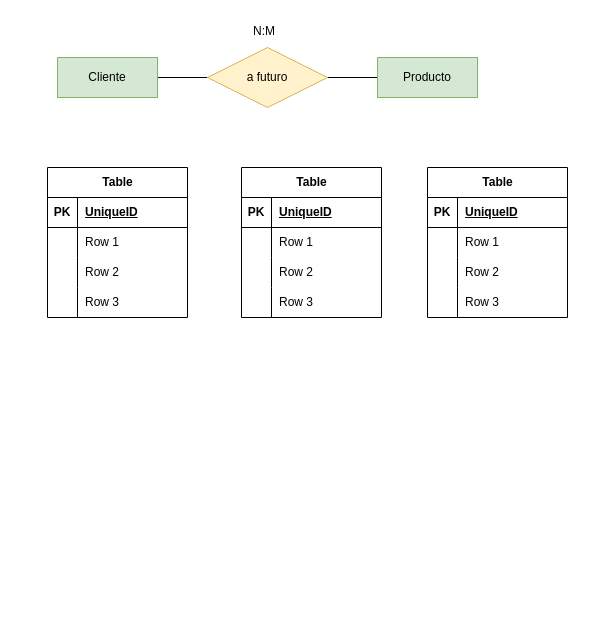
Earlier version of the draw.io diagram Unidad-1/Tareas/Tarea-empresa/empresa.drawio (jdrguez/2-Daw). Source tidied: cells renumbered, new cells numbered last; positions are measured from the earlier drawing's top-left corner, leaving out a move shared by most shapes. Both pictures are drawn from the tidied source at 100%, with x=0, y=0 at pixel (47, 17).
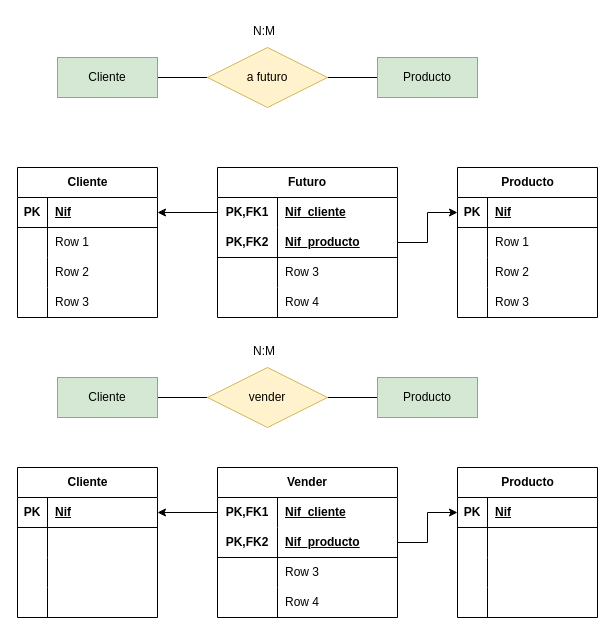
After the change.

Unchanged cells that the change refers to:
```xml
<mxCell id="8" style="shape=tableRow;horizontal=0;startSize=0;swimlaneHead=0;swimlaneBody=0;fillColor=none;points=[[0,0.5],[1,0.5]];portConstraint=eastwest;top=0;left=0;right=0;bottom=1;" parent="7" vertex="1">
  <mxGeometry y="30" width="140" height="30" as="geometry" />
</mxCell>
<mxCell id="34" style="shape=tableRow;horizontal=0;startSize=0;swimlaneHead=0;swimlaneBody=0;fillColor=none;points=[[0,0.5],[1,0.5]];portConstraint=eastwest;top=0;left=0;right=0;bottom=1;" parent="33" vertex="1">
  <mxGeometry y="30" width="140" height="30" as="geometry" />
</mxCell>
```

Diff of the diagram source:
```diff
@@
-    <mxCell id="7" value="Table" style="shape=table;startSize=30;childLayout=tableLayout;rowLines=0;fontStyle=1;align=center;html=1;" parent="1" vertex="1">
-      <mxGeometry y="150" width="140" height="150" as="geometry" />
+    <mxCell id="7" value="Cliente" style="shape=table;startSize=30;childLayout=tableLayout;rowLines=0;fontStyle=1;align=center;html=1;" parent="1" vertex="1">
+      <mxGeometry x="-30" y="150" width="140" height="150" as="geometry" />
     </mxCell>
@@
-    <mxCell id="10" value="UniqueID" style="shape=partialRectangle;fillColor=none;top=0;left=0;bottom=0;right=0;align=left;spacingLeft=6;fontStyle=5;overflow=hidden;whiteSpace=wrap;html=1;" parent="8" vertex="1">
+    <mxCell id="10" value="Nif" style="shape=partialRectangle;fillColor=none;top=0;left=0;bottom=0;right=0;align=left;spacingLeft=6;fontStyle=5;overflow=hidden;whiteSpace=wrap;html=1;" parent="8" vertex="1">
       <mxGeometry x="30" width="110" height="30" as="geometry" />
     </mxCell>
@@
-    <mxCell id="20" value="Table" style="shape=table;startSize=30;childLayout=tableLayout;rowLines=0;fontStyle=1;align=center;html=1;" parent="1" vertex="1">
-      <mxGeometry x="194" y="150" width="140" height="150" as="geometry" />
-    </mxCell>
-    <mxCell id="21" style="shape=tableRow;horizontal=0;startSize=0;swimlaneHead=0;swimlaneBody=0;fillColor=none;top=0;left=0;right=0;bottom=1;" parent="20" vertex="1">
-      <mxGeometry y="30" width="140" height="30" as="geometry" />
-    </mxCell>
-    <mxCell id="22" value="PK" style="shape=partialRectangle;fillColor=none;top=0;left=0;bottom=0;right=0;fontStyle=1;overflow=hidden;whiteSpace=wrap;html=1;" parent="21" vertex="1">
-      <mxGeometry width="30" height="30" as="geometry" />
-    </mxCell>
-    <mxCell id="23" value="UniqueID" style="shape=partialRectangle;fillColor=none;top=0;left=0;bottom=0;right=0;align=left;spacingLeft=6;fontStyle=5;overflow=hidden;whiteSpace=wrap;html=1;" parent="21" vertex="1">
-      <mxGeometry x="30" width="110" height="30" as="geometry" />
-    </mxCell>
-    <mxCell id="24" style="shape=tableRow;horizontal=0;startSize=0;swimlaneHead=0;swimlaneBody=0;fillColor=none;top=0;left=0;right=0;bottom=0;" parent="20" vertex="1">
-      <mxGeometry y="60" width="140" height="30" as="geometry" />
-    </mxCell>
-    <mxCell id="25" style="shape=partialRectangle;fillColor=none;top=0;left=0;bottom=0;right=0;overflow=hidden;whiteSpace=wrap;html=1;" parent="24" vertex="1">
-      <mxGeometry width="30" height="30" as="geometry" />
-    </mxCell>
-    <mxCell id="26" value="Row 1" style="shape=partialRectangle;fillColor=none;top=0;left=0;bottom=0;right=0;align=left;spacingLeft=6;overflow=hidden;whiteSpace=wrap;html=1;" parent="24" vertex="1">
-      <mxGeometry x="30" width="110" height="30" as="geometry" />
-    </mxCell>
-    <mxCell id="27" style="shape=tableRow;horizontal=0;startSize=0;swimlaneHead=0;swimlaneBody=0;fillColor=none;top=0;left=0;right=0;bottom=0;" parent="20" vertex="1">
-      <mxGeometry y="90" width="140" height="30" as="geometry" />
-    </mxCell>
-    <mxCell id="28" style="shape=partialRectangle;fillColor=none;top=0;left=0;bottom=0;right=0;overflow=hidden;whiteSpace=wrap;html=1;" parent="27" vertex="1">
-      <mxGeometry width="30" height="30" as="geometry" />
-    </mxCell>
-    <mxCell id="29" value="Row 2" style="shape=partialRectangle;fillColor=none;top=0;left=0;bottom=0;right=0;align=left;spacingLeft=6;overflow=hidden;whiteSpace=wrap;html=1;" parent="27" vertex="1">
-      <mxGeometry x="30" width="110" height="30" as="geometry" />
-    </mxCell>
-    <mxCell id="30" style="shape=tableRow;horizontal=0;startSize=0;swimlaneHead=0;swimlaneBody=0;fillColor=none;top=0;left=0;right=0;bottom=0;" parent="20" vertex="1">
-      <mxGeometry y="120" width="140" height="30" as="geometry" />
-    </mxCell>
-    <mxCell id="31" style="shape=partialRectangle;fillColor=none;top=0;left=0;bottom=0;right=0;overflow=hidden;whiteSpace=wrap;html=1;" parent="30" vertex="1">
-      <mxGeometry width="30" height="30" as="geometry" />
-    </mxCell>
-    <mxCell id="32" value="Row 3" style="shape=partialRectangle;fillColor=none;top=0;left=0;bottom=0;right=0;align=left;spacingLeft=6;overflow=hidden;whiteSpace=wrap;html=1;" parent="30" vertex="1">
-      <mxGeometry x="30" width="110" height="30" as="geometry" />
-    </mxCell>
-    <mxCell id="33" value="Table" style="shape=table;startSize=30;childLayout=tableLayout;rowLines=0;fontStyle=1;align=center;html=1;" parent="1" vertex="1">
-      <mxGeometry x="380" y="150" width="140" height="150" as="geometry" />
+    <mxCell id="33" value="Producto" style="shape=table;startSize=30;childLayout=tableLayout;rowLines=0;fontStyle=1;align=center;html=1;" parent="1" vertex="1">
+      <mxGeometry x="410" y="150" width="140" height="150" as="geometry" />
     </mxCell>
@@
-    <mxCell id="36" value="UniqueID" style="shape=partialRectangle;fillColor=none;top=0;left=0;bottom=0;right=0;align=left;spacingLeft=6;fontStyle=5;overflow=hidden;whiteSpace=wrap;html=1;" parent="34" vertex="1">
+    <mxCell id="36" value="Nif" style="shape=partialRectangle;fillColor=none;top=0;left=0;bottom=0;right=0;align=left;spacingLeft=6;fontStyle=5;overflow=hidden;whiteSpace=wrap;html=1;" parent="34" vertex="1">
       <mxGeometry x="30" width="110" height="30" as="geometry" />
     </mxCell>
@@
+    <mxCell id="47" value="Futuro" style="shape=table;startSize=30;childLayout=tableLayout;rowLines=0;fontStyle=1;align=center;html=1;whiteSpace=wrap;" parent="1" vertex="1">
+      <mxGeometry x="170" y="150" width="180" height="150" as="geometry" />
+    </mxCell>
+    <mxCell id="48" style="shape=tableRow;horizontal=0;startSize=0;swimlaneHead=0;swimlaneBody=0;fillColor=none;points=[[0,0.5],[1,0.5]];portConstraint=eastwest;top=0;left=0;right=0;bottom=0;html=1;" parent="47" vertex="1">
+      <mxGeometry y="30" width="180" height="30" as="geometry" />
+    </mxCell>
+    <mxCell id="49" value="PK,FK1" style="shape=partialRectangle;fillColor=none;top=0;left=0;bottom=0;right=0;fontStyle=1;overflow=hidden;html=1;whiteSpace=wrap;" parent="48" vertex="1">
+      <mxGeometry width="60" height="30" as="geometry" />
+    </mxCell>
+    <mxCell id="50" value="Nif_cliente" style="shape=partialRectangle;fillColor=none;top=0;left=0;bottom=0;right=0;align=left;spacingLeft=6;fontStyle=5;overflow=hidden;html=1;whiteSpace=wrap;" parent="48" vertex="1">
+      <mxGeometry x="60" width="120" height="30" as="geometry" />
+    </mxCell>
+    <mxCell id="51" style="shape=tableRow;horizontal=0;startSize=0;swimlaneHead=0;swimlaneBody=0;fillColor=none;points=[[0,0.5],[1,0.5]];portConstraint=eastwest;top=0;left=0;right=0;bottom=1;html=1;" parent="47" vertex="1">
+      <mxGeometry y="60" width="180" height="30" as="geometry" />
+    </mxCell>
+    <mxCell id="52" value="PK,FK2" style="shape=partialRectangle;fillColor=none;top=0;left=0;bottom=0;right=0;fontStyle=1;overflow=hidden;html=1;whiteSpace=wrap;" parent="51" vertex="1">
+      <mxGeometry width="60" height="30" as="geometry" />
+    </mxCell>
+    <mxCell id="53" value="Nif_producto" style="shape=partialRectangle;fillColor=none;top=0;left=0;bottom=0;right=0;align=left;spacingLeft=6;fontStyle=5;overflow=hidden;html=1;whiteSpace=wrap;" parent="51" vertex="1">
+      <mxGeometry x="60" width="120" height="30" as="geometry" />
+    </mxCell>
+    <mxCell id="54" style="shape=tableRow;horizontal=0;startSize=0;swimlaneHead=0;swimlaneBody=0;fillColor=none;top=0;left=0;right=0;bottom=0;html=1;" parent="47" vertex="1">
+      <mxGeometry y="90" width="180" height="30" as="geometry" />
+    </mxCell>
+    <mxCell id="55" style="shape=partialRectangle;fillColor=none;top=0;left=0;bottom=0;right=0;overflow=hidden;html=1;whiteSpace=wrap;" parent="54" vertex="1">
+      <mxGeometry width="60" height="30" as="geometry" />
+    </mxCell>
+    <mxCell id="56" value="Row 3" style="shape=partialRectangle;fillColor=none;top=0;left=0;bottom=0;right=0;align=left;spacingLeft=6;overflow=hidden;html=1;whiteSpace=wrap;" parent="54" vertex="1">
+      <mxGeometry x="60" width="120" height="30" as="geometry" />
+    </mxCell>
+    <mxCell id="57" style="shape=tableRow;horizontal=0;startSize=0;swimlaneHead=0;swimlaneBody=0;fillColor=none;top=0;left=0;right=0;bottom=0;html=1;" parent="47" vertex="1">
+      <mxGeometry y="120" width="180" height="30" as="geometry" />
+    </mxCell>
+    <mxCell id="58" style="shape=partialRectangle;fillColor=none;top=0;left=0;bottom=0;right=0;overflow=hidden;html=1;whiteSpace=wrap;" parent="57" vertex="1">
+      <mxGeometry width="60" height="30" as="geometry" />
+    </mxCell>
+    <mxCell id="59" value="Row 4" style="shape=partialRectangle;fillColor=none;top=0;left=0;bottom=0;right=0;align=left;spacingLeft=6;overflow=hidden;html=1;whiteSpace=wrap;" parent="57" vertex="1">
+      <mxGeometry x="60" width="120" height="30" as="geometry" />
+    </mxCell>
+    <mxCell id="60" style="edgeStyle=orthogonalEdgeStyle;rounded=0;jettySize=auto;html=1;exitX=0;exitY=0.5;exitDx=0;exitDy=0;entryX=1;entryY=0.5;entryDx=0;entryDy=0;" parent="1" edge="1" source="48" target="8">
+      <mxGeometry relative="1" as="geometry" />
+    </mxCell>
+    <mxCell id="61" style="edgeStyle=orthogonalEdgeStyle;rounded=0;jettySize=auto;html=1;exitX=1;exitY=0.5;exitDx=0;exitDy=0;entryX=0;entryY=0.5;entryDx=0;entryDy=0;" parent="1" edge="1" source="51" target="34">
+      <mxGeometry relative="1" as="geometry" />
+    </mxCell>
+    <mxCell id="62" style="edgeStyle=orthogonalEdgeStyle;rounded=0;jettySize=auto;html=1;exitX=1;exitY=0.5;exitDx=0;exitDy=0;entryX=0;entryY=0.5;entryDx=0;entryDy=0;endArrow=none;endFill=0;" parent="1" edge="1" source="63" target="65">
+      <mxGeometry relative="1" as="geometry" />
+    </mxCell>
+    <mxCell id="63" value="Cliente" style="whiteSpace=wrap;html=1;align=center;fillColor=#d5e8d4;strokeColor=#82b366;" parent="1" vertex="1">
+      <mxGeometry x="10" y="360" width="100" height="40" as="geometry" />
+    </mxCell>
+    <mxCell id="64" style="edgeStyle=orthogonalEdgeStyle;rounded=0;jettySize=auto;html=1;exitX=1;exitY=0.5;exitDx=0;exitDy=0;entryX=0;entryY=0.5;entryDx=0;entryDy=0;endArrow=none;endFill=0;" parent="1" edge="1" source="65" target="66">
+      <mxGeometry relative="1" as="geometry" />
+    </mxCell>
+    <mxCell id="65" value="vender" style="shape=rhombus;perimeter=rhombusPerimeter;whiteSpace=wrap;html=1;align=center;fillColor=#fff2cc;strokeColor=#d6b656;" parent="1" vertex="1">
+      <mxGeometry x="160" y="350" width="120" height="60" as="geometry" />
+    </mxCell>
+    <mxCell id="66" value="Producto" style="whiteSpace=wrap;html=1;align=center;fillColor=#d5e8d4;strokeColor=#82b366;" parent="1" vertex="1">
+      <mxGeometry x="330" y="360" width="100" height="40" as="geometry" />
+    </mxCell>
+    <mxCell id="67" value="N:M" style="text;strokeColor=none;fillColor=none;spacingLeft=4;spacingRight=4;overflow=hidden;fontSize=12;whiteSpace=wrap;html=1;" parent="1" vertex="1">
+      <mxGeometry x="200" y="320" width="40" height="30" as="geometry" />
+    </mxCell>
+    <mxCell id="68" value="Cliente" style="shape=table;startSize=30;childLayout=tableLayout;rowLines=0;fontStyle=1;align=center;html=1;" parent="1" vertex="1">
+      <mxGeometry x="-30" y="450" width="140" height="150" as="geometry" />
+    </mxCell>
+    <mxCell id="69" style="shape=tableRow;horizontal=0;startSize=0;swimlaneHead=0;swimlaneBody=0;fillColor=none;points=[[0,0.5],[1,0.5]];portConstraint=eastwest;top=0;left=0;right=0;bottom=1;" parent="68" vertex="1">
+      <mxGeometry y="30" width="140" height="30" as="geometry" />
+    </mxCell>
+    <mxCell id="70" value="PK" style="shape=partialRectangle;fillColor=none;top=0;left=0;bottom=0;right=0;fontStyle=1;overflow=hidden;whiteSpace=wrap;html=1;" parent="69" vertex="1">
+      <mxGeometry width="30" height="30" as="geometry" />
+    </mxCell>
+    <mxCell id="71" value="Nif" style="shape=partialRectangle;fillColor=none;top=0;left=0;bottom=0;right=0;align=left;spacingLeft=6;fontStyle=5;overflow=hidden;whiteSpace=wrap;html=1;" parent="69" vertex="1">
+      <mxGeometry x="30" width="110" height="30" as="geometry" />
+    </mxCell>
+    <mxCell id="72" style="shape=tableRow;horizontal=0;startSize=0;swimlaneHead=0;swimlaneBody=0;fillColor=none;top=0;left=0;right=0;bottom=0;" parent="68" vertex="1">
+      <mxGeometry y="60" width="140" height="30" as="geometry" />
+    </mxCell>
+    <mxCell id="73" style="shape=partialRectangle;fillColor=none;top=0;left=0;bottom=0;right=0;overflow=hidden;whiteSpace=wrap;html=1;" parent="72" vertex="1">
+      <mxGeometry width="30" height="30" as="geometry" />
+    </mxCell>
+    <mxCell id="74" style="shape=partialRectangle;fillColor=none;top=0;left=0;bottom=0;right=0;align=left;spacingLeft=6;overflow=hidden;whiteSpace=wrap;html=1;" parent="72" vertex="1">
+      <mxGeometry x="30" width="110" height="30" as="geometry" />
+    </mxCell>
+    <mxCell id="75" style="shape=tableRow;horizontal=0;startSize=0;swimlaneHead=0;swimlaneBody=0;fillColor=none;top=0;left=0;right=0;bottom=0;" parent="68" vertex="1">
+      <mxGeometry y="90" width="140" height="30" as="geometry" />
+    </mxCell>
+    <mxCell id="76" style="shape=partialRectangle;fillColor=none;top=0;left=0;bottom=0;right=0;overflow=hidden;whiteSpace=wrap;html=1;" parent="75" vertex="1">
+      <mxGeometry width="30" height="30" as="geometry" />
+    </mxCell>
+    <mxCell id="77" style="shape=partialRectangle;fillColor=none;top=0;left=0;bottom=0;right=0;align=left;spacingLeft=6;overflow=hidden;whiteSpace=wrap;html=1;" parent="75" vertex="1">
+      <mxGeometry x="30" width="110" height="30" as="geometry" />
+    </mxCell>
+    <mxCell id="78" style="shape=tableRow;horizontal=0;startSize=0;swimlaneHead=0;swimlaneBody=0;fillColor=none;top=0;left=0;right=0;bottom=0;" parent="68" vertex="1">
+      <mxGeometry y="120" width="140" height="30" as="geometry" />
+    </mxCell>
+    <mxCell id="79" style="shape=partialRectangle;fillColor=none;top=0;left=0;bottom=0;right=0;overflow=hidden;whiteSpace=wrap;html=1;" parent="78" vertex="1">
+      <mxGeometry width="30" height="30" as="geometry" />
+    </mxCell>
+    <mxCell id="80" style="shape=partialRectangle;fillColor=none;top=0;left=0;bottom=0;right=0;align=left;spacingLeft=6;overflow=hidden;whiteSpace=wrap;html=1;" parent="78" vertex="1">
+      <mxGeometry x="30" width="110" height="30" as="geometry" />
+    </mxCell>
+    <mxCell id="81" value="Producto" style="shape=table;startSize=30;childLayout=tableLayout;rowLines=0;fontStyle=1;align=center;html=1;" parent="1" vertex="1">
+      <mxGeometry x="410" y="450" width="140" height="150" as="geometry" />
+    </mxCell>
+    <mxCell id="82" style="shape=tableRow;horizontal=0;startSize=0;swimlaneHead=0;swimlaneBody=0;fillColor=none;points=[[0,0.5],[1,0.5]];portConstraint=eastwest;top=0;left=0;right=0;bottom=1;" parent="81" vertex="1">
+      <mxGeometry y="30" width="140" height="30" as="geometry" />
+    </mxCell>
+    <mxCell id="83" value="PK" style="shape=partialRectangle;fillColor=none;top=0;left=0;bottom=0;right=0;fontStyle=1;overflow=hidden;whiteSpace=wrap;html=1;" parent="82" vertex="1">
+      <mxGeometry width="30" height="30" as="geometry" />
+    </mxCell>
+    <mxCell id="84" value="Nif" style="shape=partialRectangle;fillColor=none;top=0;left=0;bottom=0;right=0;align=left;spacingLeft=6;fontStyle=5;overflow=hidden;whiteSpace=wrap;html=1;" parent="82" vertex="1">
+      <mxGeometry x="30" width="110" height="30" as="geometry" />
+    </mxCell>
+    <mxCell id="85" style="shape=tableRow;horizontal=0;startSize=0;swimlaneHead=0;swimlaneBody=0;fillColor=none;top=0;left=0;right=0;bottom=0;" parent="81" vertex="1">
+      <mxGeometry y="60" width="140" height="30" as="geometry" />
+    </mxCell>
+    <mxCell id="86" style="shape=partialRectangle;fillColor=none;top=0;left=0;bottom=0;right=0;overflow=hidden;whiteSpace=wrap;html=1;" parent="85" vertex="1">
+      <mxGeometry width="30" height="30" as="geometry" />
+    </mxCell>
+    <mxCell id="87" style="shape=partialRectangle;fillColor=none;top=0;left=0;bottom=0;right=0;align=left;spacingLeft=6;overflow=hidden;whiteSpace=wrap;html=1;" parent="85" vertex="1">
+      <mxGeometry x="30" width="110" height="30" as="geometry" />
+    </mxCell>
+    <mxCell id="88" style="shape=tableRow;horizontal=0;startSize=0;swimlaneHead=0;swimlaneBody=0;fillColor=none;top=0;left=0;right=0;bottom=0;" parent="81" vertex="1">
+      <mxGeometry y="90" width="140" height="30" as="geometry" />
+    </mxCell>
+    <mxCell id="89" style="shape=partialRectangle;fillColor=none;top=0;left=0;bottom=0;right=0;overflow=hidden;whiteSpace=wrap;html=1;" parent="88" vertex="1">
+      <mxGeometry width="30" height="30" as="geometry" />
+    </mxCell>
+    <mxCell id="90" style="shape=partialRectangle;fillColor=none;top=0;left=0;bottom=0;right=0;align=left;spacingLeft=6;overflow=hidden;whiteSpace=wrap;html=1;" parent="88" vertex="1">
+      <mxGeometry x="30" width="110" height="30" as="geometry" />
+    </mxCell>
+    <mxCell id="91" style="shape=tableRow;horizontal=0;startSize=0;swimlaneHead=0;swimlaneBody=0;fillColor=none;top=0;left=0;right=0;bottom=0;" parent="81" vertex="1">
+      <mxGeometry y="120" width="140" height="30" as="geometry" />
+    </mxCell>
+    <mxCell id="92" style="shape=partialRectangle;fillColor=none;top=0;left=0;bottom=0;right=0;overflow=hidden;whiteSpace=wrap;html=1;" parent="91" vertex="1">
+      <mxGeometry width="30" height="30" as="geometry" />
+    </mxCell>
+    <mxCell id="93" style="shape=partialRectangle;fillColor=none;top=0;left=0;bottom=0;right=0;align=left;spacingLeft=6;overflow=hidden;whiteSpace=wrap;html=1;" parent="91" vertex="1">
+      <mxGeometry x="30" width="110" height="30" as="geometry" />
+    </mxCell>
+    <mxCell id="94" value="Vender" style="shape=table;startSize=30;childLayout=tableLayout;rowLines=0;fontStyle=1;align=center;html=1;whiteSpace=wrap;" parent="1" vertex="1">
+      <mxGeometry x="170" y="450" width="180" height="150" as="geometry" />
+    </mxCell>
+    <mxCell id="95" style="shape=tableRow;horizontal=0;startSize=0;swimlaneHead=0;swimlaneBody=0;fillColor=none;points=[[0,0.5],[1,0.5]];portConstraint=eastwest;top=0;left=0;right=0;bottom=0;html=1;" parent="94" vertex="1">
+      <mxGeometry y="30" width="180" height="30" as="geometry" />
+    </mxCell>
+    <mxCell id="96" value="PK,FK1" style="shape=partialRectangle;fillColor=none;top=0;left=0;bottom=0;right=0;fontStyle=1;overflow=hidden;html=1;whiteSpace=wrap;" parent="95" vertex="1">
+      <mxGeometry width="60" height="30" as="geometry" />
+    </mxCell>
+    <mxCell id="97" value="Nif_cliente" style="shape=partialRectangle;fillColor=none;top=0;left=0;bottom=0;right=0;align=left;spacingLeft=6;fontStyle=5;overflow=hidden;html=1;whiteSpace=wrap;" parent="95" vertex="1">
+      <mxGeometry x="60" width="120" height="30" as="geometry" />
+    </mxCell>
+    <mxCell id="98" style="shape=tableRow;horizontal=0;startSize=0;swimlaneHead=0;swimlaneBody=0;fillColor=none;points=[[0,0.5],[1,0.5]];portConstraint=eastwest;top=0;left=0;right=0;bottom=1;html=1;" parent="94" vertex="1">
+      <mxGeometry y="60" width="180" height="30" as="geometry" />
+    </mxCell>
+    <mxCell id="99" value="PK,FK2" style="shape=partialRectangle;fillColor=none;top=0;left=0;bottom=0;right=0;fontStyle=1;overflow=hidden;html=1;whiteSpace=wrap;" parent="98" vertex="1">
+      <mxGeometry width="60" height="30" as="geometry" />
+    </mxCell>
+    <mxCell id="100" value="Nif_producto" style="shape=partialRectangle;fillColor=none;top=0;left=0;bottom=0;right=0;align=left;spacingLeft=6;fontStyle=5;overflow=hidden;html=1;whiteSpace=wrap;" parent="98" vertex="1">
+      <mxGeometry x="60" width="120" height="30" as="geometry" />
+    </mxCell>
+    <mxCell id="101" style="shape=tableRow;horizontal=0;startSize=0;swimlaneHead=0;swimlaneBody=0;fillColor=none;top=0;left=0;right=0;bottom=0;html=1;" parent="94" vertex="1">
+      <mxGeometry y="90" width="180" height="30" as="geometry" />
+    </mxCell>
+    <mxCell id="102" style="shape=partialRectangle;fillColor=none;top=0;left=0;bottom=0;right=0;overflow=hidden;html=1;whiteSpace=wrap;" parent="101" vertex="1">
+      <mxGeometry width="60" height="30" as="geometry" />
+    </mxCell>
+    <mxCell id="103" value="Row 3" style="shape=partialRectangle;fillColor=none;top=0;left=0;bottom=0;right=0;align=left;spacingLeft=6;overflow=hidden;html=1;whiteSpace=wrap;" parent="101" vertex="1">
+      <mxGeometry x="60" width="120" height="30" as="geometry" />
+    </mxCell>
+    <mxCell id="104" style="shape=tableRow;horizontal=0;startSize=0;swimlaneHead=0;swimlaneBody=0;fillColor=none;top=0;left=0;right=0;bottom=0;html=1;" parent="94" vertex="1">
+      <mxGeometry y="120" width="180" height="30" as="geometry" />
+    </mxCell>
+    <mxCell id="105" style="shape=partialRectangle;fillColor=none;top=0;left=0;bottom=0;right=0;overflow=hidden;html=1;whiteSpace=wrap;" parent="104" vertex="1">
+      <mxGeometry width="60" height="30" as="geometry" />
+    </mxCell>
+    <mxCell id="106" value="Row 4" style="shape=partialRectangle;fillColor=none;top=0;left=0;bottom=0;right=0;align=left;spacingLeft=6;overflow=hidden;html=1;whiteSpace=wrap;" parent="104" vertex="1">
+      <mxGeometry x="60" width="120" height="30" as="geometry" />
+    </mxCell>
+    <mxCell id="107" style="edgeStyle=orthogonalEdgeStyle;rounded=0;jettySize=auto;html=1;exitX=0;exitY=0.5;exitDx=0;exitDy=0;entryX=1;entryY=0.5;entryDx=0;entryDy=0;" parent="1" edge="1" source="95" target="69">
+      <mxGeometry relative="1" as="geometry" />
+    </mxCell>
+    <mxCell id="108" style="edgeStyle=orthogonalEdgeStyle;rounded=0;jettySize=auto;html=1;exitX=1;exitY=0.5;exitDx=0;exitDy=0;entryX=0;entryY=0.5;entryDx=0;entryDy=0;" parent="1" edge="1" source="98" target="82">
+      <mxGeometry relative="1" as="geometry" />
+    </mxCell>
```
